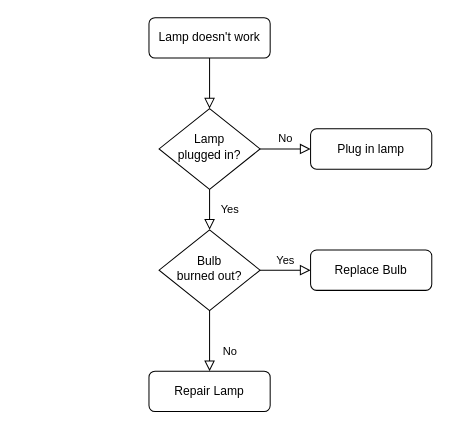
This is 未命名绘图.drawio from bigzhouyongqiang/study, a draw.io file, before an edit. Source tidied: cells renumbered, new cells numbered last; positions are measured from the earlier drawing's top-left corner, leaving out a move shared by most shapes. Both pictures are drawn from the tidied source at 101%, with x=0, y=0 at pixel (148, 17).
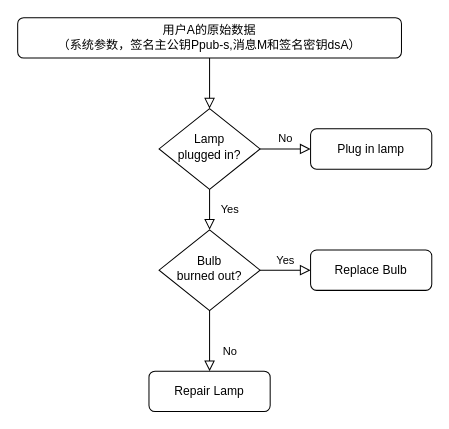
Above is the later version.

Commit message (it also covers changes not shown here):
更新未命名绘图.drawio

Diff of the diagram source:
```diff
@@
 <mxGraphModel>
   <root>
     <mxCell id="0" />
     <mxCell id="1" parent="0" />
     <mxCell id="2" style="rounded=0;html=1;jettySize=auto;fontSize=11;endArrow=block;endFill=0;endSize=8;strokeWidth=1;shadow=0;labelBackgroundColor=none;edgeStyle=orthogonalEdgeStyle;" parent="1" edge="1" source="3" target="6">
       <mxGeometry relative="1" as="geometry" />
     </mxCell>
-    <mxCell id="3" value="Lamp doesn't work" style="rounded=1;whiteSpace=wrap;html=1;fontSize=12;glass=0;strokeWidth=1;shadow=0;" parent="1" vertex="1">
-      <mxGeometry width="120" height="40" as="geometry" />
+    <mxCell id="3" value="用户A的原始数据&lt;br&gt;（系统参数，签名主公钥Ppub-s,消息M和签名密钥dsA）" style="rounded=1;whiteSpace=wrap;html=1;fontSize=12;glass=0;strokeWidth=1;shadow=0;" parent="1" vertex="1">
+      <mxGeometry x="-130" width="380" height="40" as="geometry" />
     </mxCell>
     <mxCell id="4" value="Yes" style="rounded=0;html=1;jettySize=auto;fontSize=11;endArrow=block;endFill=0;endSize=8;strokeWidth=1;shadow=0;labelBackgroundColor=none;edgeStyle=orthogonalEdgeStyle;" parent="1" edge="1" source="6" target="10">
       <mxGeometry y="20" relative="1" as="geometry" />
     </mxCell>
     <mxCell id="5" value="No" style="edgeStyle=orthogonalEdgeStyle;rounded=0;html=1;jettySize=auto;fontSize=11;endArrow=block;endFill=0;endSize=8;strokeWidth=1;shadow=0;labelBackgroundColor=none;" parent="1" edge="1" source="6" target="7">
       <mxGeometry y="10" relative="1" as="geometry" />
     </mxCell>
     <mxCell id="6" value="Lamp&lt;br&gt;plugged in?" style="rhombus;whiteSpace=wrap;html=1;shadow=0;fontFamily=Helvetica;fontSize=12;align=center;strokeWidth=1;spacing=6;spacingTop=-4;" parent="1" vertex="1">
       <mxGeometry x="10" y="90" width="100" height="80" as="geometry" />
     </mxCell>
     <mxCell id="7" value="Plug in lamp" style="rounded=1;whiteSpace=wrap;html=1;fontSize=12;glass=0;strokeWidth=1;shadow=0;" parent="1" vertex="1">
       <mxGeometry x="160" y="110" width="120" height="40" as="geometry" />
     </mxCell>
     <mxCell id="8" value="No" style="rounded=0;html=1;jettySize=auto;fontSize=11;endArrow=block;endFill=0;endSize=8;strokeWidth=1;shadow=0;labelBackgroundColor=none;edgeStyle=orthogonalEdgeStyle;" parent="1" edge="1" source="10" target="11">
       <mxGeometry x="0.33" y="20" relative="1" as="geometry" />
     </mxCell>
     <mxCell id="9" value="Yes" style="edgeStyle=orthogonalEdgeStyle;rounded=0;html=1;jettySize=auto;fontSize=11;endArrow=block;endFill=0;endSize=8;strokeWidth=1;shadow=0;labelBackgroundColor=none;" parent="1" edge="1" source="10" target="12">
       <mxGeometry y="10" relative="1" as="geometry" />
     </mxCell>
     <mxCell id="10" value="Bulb&lt;br&gt;burned out?" style="rhombus;whiteSpace=wrap;html=1;shadow=0;fontFamily=Helvetica;fontSize=12;align=center;strokeWidth=1;spacing=6;spacingTop=-4;" parent="1" vertex="1">
       <mxGeometry x="10" y="210" width="100" height="80" as="geometry" />
     </mxCell>
     <mxCell id="11" value="Repair Lamp" style="rounded=1;whiteSpace=wrap;html=1;fontSize=12;glass=0;strokeWidth=1;shadow=0;" parent="1" vertex="1">
       <mxGeometry y="350" width="120" height="40" as="geometry" />
     </mxCell>
     <mxCell id="12" value="Replace Bulb" style="rounded=1;whiteSpace=wrap;html=1;fontSize=12;glass=0;strokeWidth=1;shadow=0;" parent="1" vertex="1">
       <mxGeometry x="160" y="230" width="120" height="40" as="geometry" />
     </mxCell>
   </root>
 </mxGraphModel>
```
